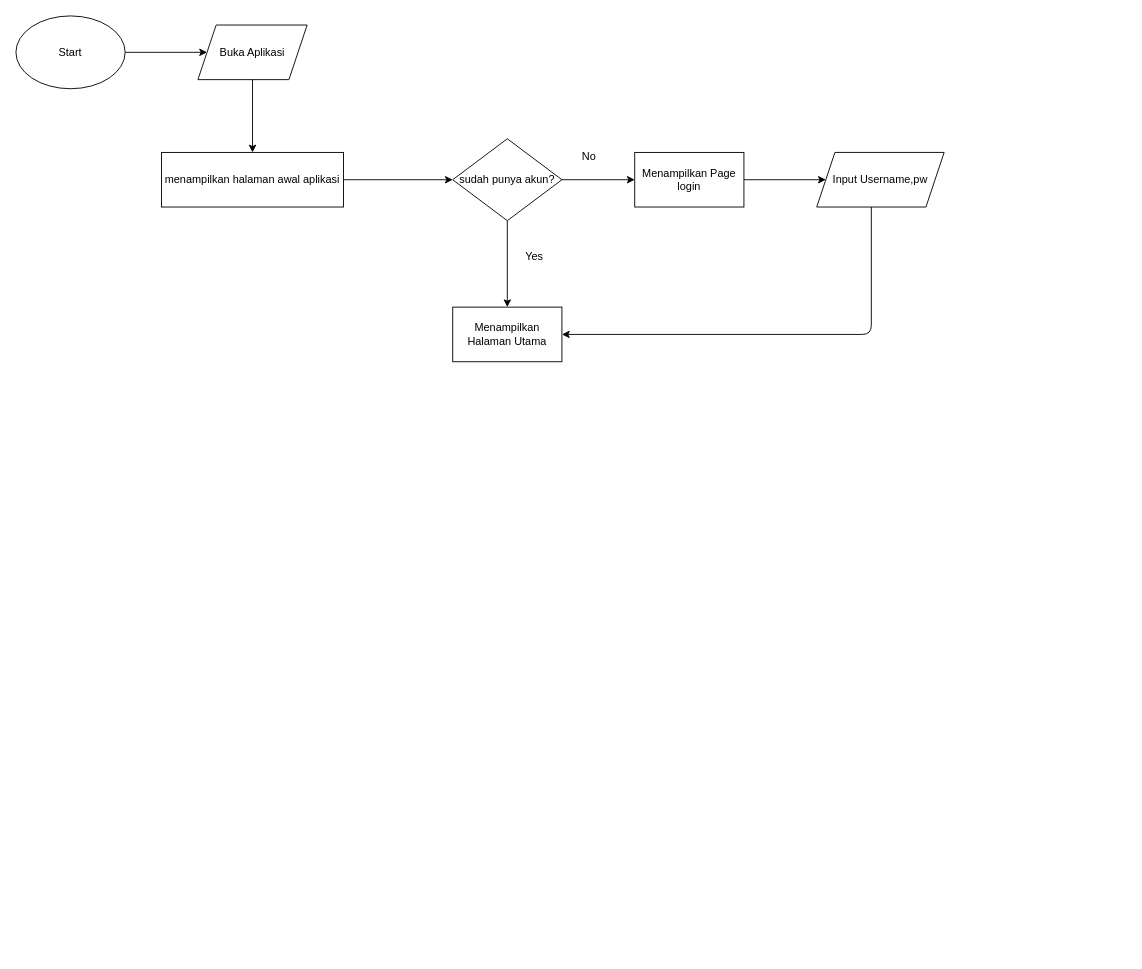
Above: flowchart.drawio in Evi-Yuliyanti/evi_yuliyanti-order_food_online (draw.io), before the change. Source tidied: cells renumbered, new cells numbered last; positions are measured from the earlier drawing's top-left corner, leaving out a move shared by most shapes. Both pictures are drawn from the tidied source at 91%, with x=0, y=0 at pixel (15, 15).
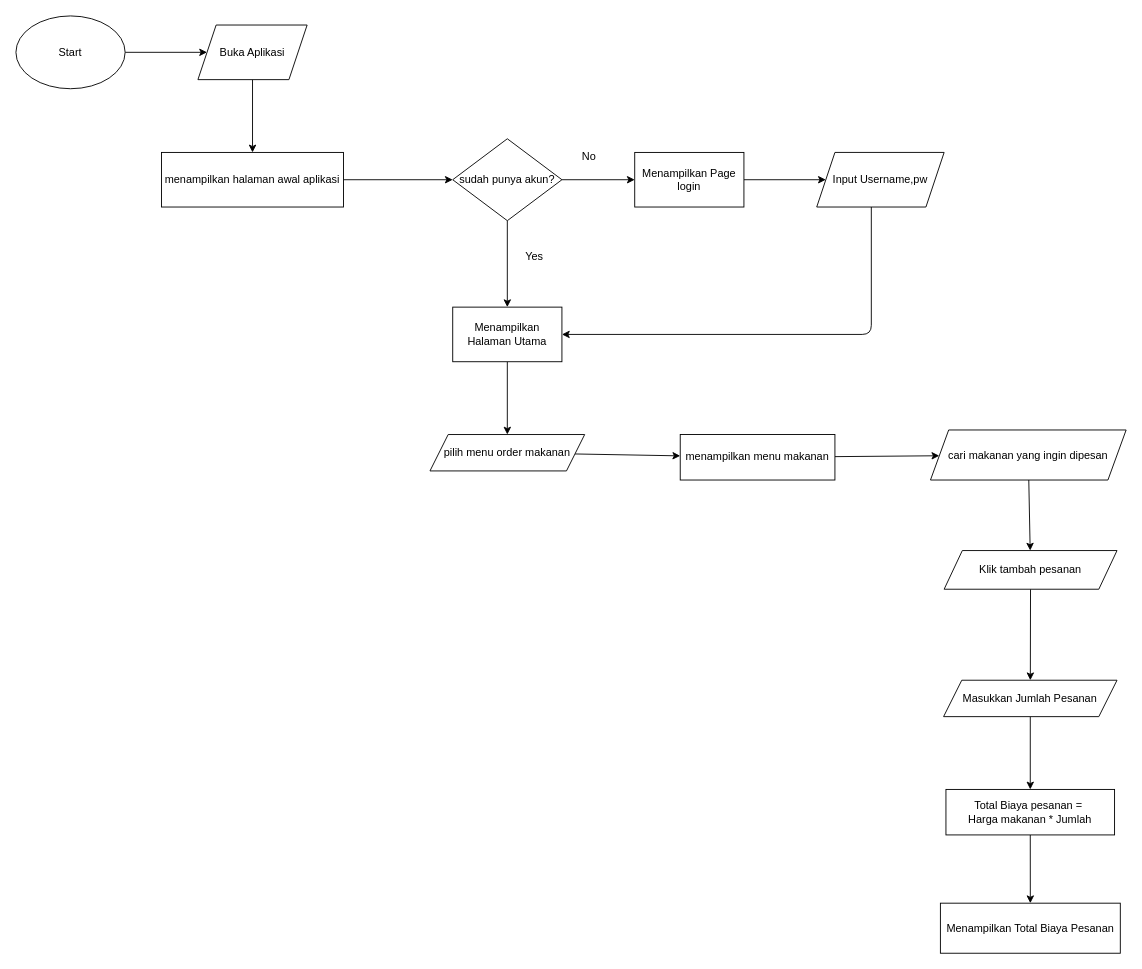
The same diagram, later.

Commit message:
add food price calculation flow

Unchanged cells that the change refers to:
```xml
<mxCell id="14" value="Menampilkan Halaman Utama" style="whiteSpace=wrap;html=1;" parent="1" vertex="1">
  <mxGeometry x="480" y="320" width="120" height="60" as="geometry" />
</mxCell>
```

What changed in the source:
```diff
@@
+    <mxCell id="18" style="edgeStyle=none;html=1;" parent="1" edge="1" source="14" target="20">
+      <mxGeometry relative="1" as="geometry" />
+    </mxCell>
@@
+    <mxCell id="19" style="edgeStyle=none;html=1;" parent="1" edge="1" source="20" target="22">
+      <mxGeometry relative="1" as="geometry" />
+    </mxCell>
+    <mxCell id="20" value="pilih menu order makanan" style="shape=parallelogram;perimeter=parallelogramPerimeter;whiteSpace=wrap;html=1;fixedSize=1;" parent="1" vertex="1">
+      <mxGeometry x="455" y="460" width="170" height="40" as="geometry" />
+    </mxCell>
+    <mxCell id="21" style="edgeStyle=none;html=1;" parent="1" edge="1" source="22" target="24">
+      <mxGeometry relative="1" as="geometry" />
+    </mxCell>
+    <mxCell id="22" value="menampilkan menu makanan" style="whiteSpace=wrap;html=1;" parent="1" vertex="1">
+      <mxGeometry x="730" y="460" width="170" height="50" as="geometry" />
+    </mxCell>
+    <mxCell id="23" style="edgeStyle=none;html=1;" parent="1" edge="1" source="24" target="26">
+      <mxGeometry relative="1" as="geometry" />
+    </mxCell>
+    <mxCell id="24" value="cari makanan yang ingin dipesan" style="shape=parallelogram;perimeter=parallelogramPerimeter;whiteSpace=wrap;html=1;fixedSize=1;" parent="1" vertex="1">
+      <mxGeometry x="1005" y="455" width="215" height="55" as="geometry" />
+    </mxCell>
+    <mxCell id="25" style="edgeStyle=none;html=1;" parent="1" edge="1" source="26" target="28">
+      <mxGeometry relative="1" as="geometry" />
+    </mxCell>
+    <mxCell id="26" value="Klik tambah pesanan" style="shape=parallelogram;perimeter=parallelogramPerimeter;whiteSpace=wrap;html=1;fixedSize=1;" parent="1" vertex="1">
+      <mxGeometry x="1020" y="587.5" width="190" height="42.5" as="geometry" />
+    </mxCell>
+    <mxCell id="27" style="edgeStyle=none;html=1;" parent="1" edge="1" source="28" target="30">
+      <mxGeometry relative="1" as="geometry" />
+    </mxCell>
+    <mxCell id="28" value="Masukkan Jumlah Pesanan" style="shape=parallelogram;perimeter=parallelogramPerimeter;whiteSpace=wrap;html=1;fixedSize=1;" parent="1" vertex="1">
+      <mxGeometry x="1019.4" y="730" width="190.6" height="40" as="geometry" />
+    </mxCell>
+    <mxCell id="29" style="edgeStyle=none;html=1;" parent="1" edge="1" source="30" target="31">
+      <mxGeometry relative="1" as="geometry" />
+    </mxCell>
+    <mxCell id="30" value="Total Biaya pesanan =&amp;nbsp;&lt;br&gt;Harga makanan * Jumlah" style="whiteSpace=wrap;html=1;" parent="1" vertex="1">
+      <mxGeometry x="1022" y="850" width="185.3" height="50" as="geometry" />
+    </mxCell>
+    <mxCell id="31" value="Menampilkan Total Biaya Pesanan" style="whiteSpace=wrap;html=1;" parent="1" vertex="1">
+      <mxGeometry x="1015.9" y="975" width="197.7" height="55" as="geometry" />
+    </mxCell>
```
